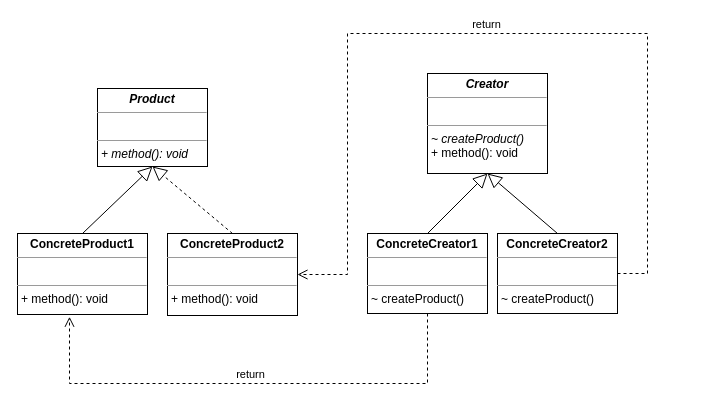
The draw.io diagram src/main/java/GoF/creational/factorymethod/imgs/FactoryMethod.drawio in NinaWan/DesignPattern, before the edit. Source tidied: cells renumbered, new cells numbered last; positions are measured from the earlier drawing's top-left corner, leaving out a move shared by most shapes. Both pictures are drawn from the tidied source at 100%, with x=0, y=0 at pixel (17, 33).
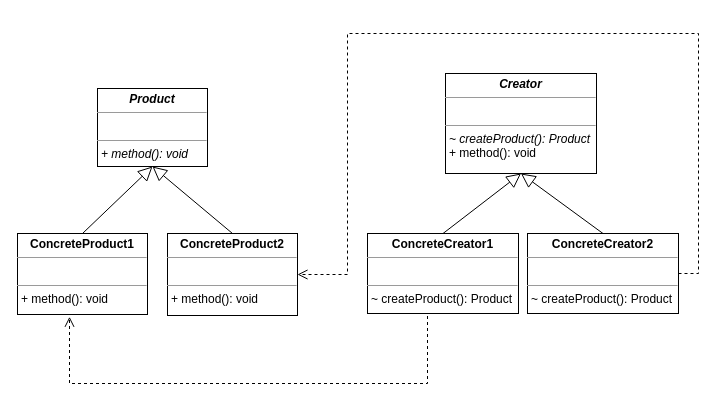
The same page after the edit.

What changed in the source:
```diff
@@
 <mxGraphModel>
   <root>
     <mxCell id="0" />
     <mxCell id="1" parent="0" />
     <mxCell id="2" value="&lt;p style=&quot;margin:0px;margin-top:4px;text-align:center;&quot;&gt;&lt;b&gt;&lt;i&gt;Product&lt;/i&gt;&lt;/b&gt;&lt;/p&gt;&lt;hr size=&quot;1&quot;&gt;&lt;p style=&quot;margin:0px;margin-left:4px;&quot;&gt;&lt;i&gt;&lt;br&gt;&lt;/i&gt;&lt;/p&gt;&lt;hr size=&quot;1&quot;&gt;&lt;p style=&quot;margin:0px;margin-left:4px;&quot;&gt;&lt;i&gt;+ method(): void&lt;/i&gt;&lt;/p&gt;" style="verticalAlign=top;align=left;overflow=fill;fontSize=12;fontFamily=Helvetica;html=1;" parent="1" vertex="1">
       <mxGeometry x="80" y="55" width="110" height="78" as="geometry" />
     </mxCell>
     <mxCell id="3" value="&lt;p style=&quot;margin:0px;margin-top:4px;text-align:center;&quot;&gt;&lt;b&gt;ConcreteProduct1&lt;/b&gt;&lt;/p&gt;&lt;hr size=&quot;1&quot;&gt;&lt;p style=&quot;margin:0px;margin-left:4px;&quot;&gt;&lt;br&gt;&lt;/p&gt;&lt;hr size=&quot;1&quot;&gt;&lt;p style=&quot;margin:0px;margin-left:4px;&quot;&gt;+ method(): void&lt;/p&gt;" style="verticalAlign=top;align=left;overflow=fill;fontSize=12;fontFamily=Helvetica;html=1;" parent="1" vertex="1">
       <mxGeometry y="200" width="130" height="81" as="geometry" />
     </mxCell>
     <mxCell id="4" value="&lt;p style=&quot;margin:0px;margin-top:4px;text-align:center;&quot;&gt;&lt;b&gt;ConcreteProduct2&lt;/b&gt;&lt;/p&gt;&lt;hr size=&quot;1&quot;&gt;&lt;p style=&quot;margin:0px;margin-left:4px;&quot;&gt;&lt;br&gt;&lt;/p&gt;&lt;hr size=&quot;1&quot;&gt;&lt;p style=&quot;margin:0px;margin-left:4px;&quot;&gt;+ method(): void&lt;br&gt;&lt;/p&gt;" style="verticalAlign=top;align=left;overflow=fill;fontSize=12;fontFamily=Helvetica;html=1;" parent="1" vertex="1">
       <mxGeometry x="150" y="200" width="130" height="82" as="geometry" />
     </mxCell>
     <mxCell id="5" style="endArrow=block;endFill=0;endSize=12;html=1;rounded=0;exitX=0.5;exitY=0;exitDx=0;exitDy=0;entryX=0.5;entryY=1;entryDx=0;entryDy=0;" parent="1" edge="1" source="3" target="2">
       <mxGeometry relative="1" as="geometry" />
     </mxCell>
-    <mxCell id="6" style="endArrow=block;dashed=1;endFill=0;endSize=12;html=1;rounded=0;exitX=0.5;exitY=0;exitDx=0;exitDy=0;entryX=0.5;entryY=1;entryDx=0;entryDy=0;" parent="1" edge="1" source="4" target="2">
+    <mxCell id="6" style="endArrow=block;endFill=0;endSize=12;html=1;rounded=0;exitX=0.5;exitY=0;exitDx=0;exitDy=0;entryX=0.5;entryY=1;entryDx=0;entryDy=0;" parent="1" edge="1" source="4" target="2">
       <mxGeometry relative="1" as="geometry" />
     </mxCell>
-    <mxCell id="7" value="&lt;p style=&quot;margin:0px;margin-top:4px;text-align:center;&quot;&gt;&lt;b&gt;&lt;i&gt;Creator&lt;/i&gt;&lt;/b&gt;&lt;/p&gt;&lt;hr size=&quot;1&quot;&gt;&lt;p style=&quot;margin:0px;margin-left:4px;&quot;&gt;&lt;br&gt;&lt;/p&gt;&lt;hr size=&quot;1&quot;&gt;&lt;p style=&quot;margin:0px;margin-left:4px;&quot;&gt;&lt;i&gt;~ createProduct()&lt;/i&gt;&lt;/p&gt;&lt;p style=&quot;margin:0px;margin-left:4px;&quot;&gt;+ method(): void&lt;/p&gt;" style="verticalAlign=top;align=left;overflow=fill;fontSize=12;fontFamily=Helvetica;html=1;" parent="1" vertex="1">
-      <mxGeometry x="410" y="40" width="120" height="100" as="geometry" />
+    <mxCell id="7" value="&lt;p style=&quot;margin:0px;margin-top:4px;text-align:center;&quot;&gt;&lt;b&gt;&lt;i&gt;Creator&lt;/i&gt;&lt;/b&gt;&lt;/p&gt;&lt;hr size=&quot;1&quot;&gt;&lt;p style=&quot;margin:0px;margin-left:4px;&quot;&gt;&lt;br&gt;&lt;/p&gt;&lt;hr size=&quot;1&quot;&gt;&lt;p style=&quot;margin:0px;margin-left:4px;&quot;&gt;&lt;i&gt;~ createProduct(): Product&lt;/i&gt;&lt;/p&gt;&lt;p style=&quot;margin:0px;margin-left:4px;&quot;&gt;+ method(): void&lt;/p&gt;" style="verticalAlign=top;align=left;overflow=fill;fontSize=12;fontFamily=Helvetica;html=1;" parent="1" vertex="1">
+      <mxGeometry x="428" y="40" width="151" height="100" as="geometry" />
     </mxCell>
-    <mxCell id="8" value="&lt;p style=&quot;margin:0px;margin-top:4px;text-align:center;&quot;&gt;&lt;b&gt;ConcreteCreator1&lt;/b&gt;&lt;/p&gt;&lt;hr size=&quot;1&quot;&gt;&lt;p style=&quot;margin:0px;margin-left:4px;&quot;&gt;&lt;br&gt;&lt;/p&gt;&lt;hr size=&quot;1&quot;&gt;&lt;p style=&quot;margin:0px;margin-left:4px;&quot;&gt;~ createProduct()&lt;/p&gt;" style="verticalAlign=top;align=left;overflow=fill;fontSize=12;fontFamily=Helvetica;html=1;" parent="1" vertex="1">
-      <mxGeometry x="350" y="200" width="120" height="80" as="geometry" />
+    <mxCell id="8" value="&lt;p style=&quot;margin:0px;margin-top:4px;text-align:center;&quot;&gt;&lt;b&gt;ConcreteCreator1&lt;/b&gt;&lt;/p&gt;&lt;hr size=&quot;1&quot;&gt;&lt;p style=&quot;margin:0px;margin-left:4px;&quot;&gt;&lt;br&gt;&lt;/p&gt;&lt;hr size=&quot;1&quot;&gt;&lt;p style=&quot;margin:0px;margin-left:4px;&quot;&gt;~ createProduct(): Product&lt;/p&gt;" style="verticalAlign=top;align=left;overflow=fill;fontSize=12;fontFamily=Helvetica;html=1;" parent="1" vertex="1">
+      <mxGeometry x="350" y="200" width="151" height="80" as="geometry" />
     </mxCell>
-    <mxCell id="9" value="&lt;p style=&quot;margin:0px;margin-top:4px;text-align:center;&quot;&gt;&lt;b&gt;ConcreteCreator2&lt;/b&gt;&lt;/p&gt;&lt;hr size=&quot;1&quot;&gt;&lt;p style=&quot;margin:0px;margin-left:4px;&quot;&gt;&lt;br&gt;&lt;/p&gt;&lt;hr size=&quot;1&quot;&gt;&lt;p style=&quot;margin:0px;margin-left:4px;&quot;&gt;~ createProduct()&lt;/p&gt;" style="verticalAlign=top;align=left;overflow=fill;fontSize=12;fontFamily=Helvetica;html=1;" parent="1" vertex="1">
-      <mxGeometry x="480" y="200" width="120" height="80" as="geometry" />
+    <mxCell id="9" value="&lt;p style=&quot;margin:0px;margin-top:4px;text-align:center;&quot;&gt;&lt;b&gt;ConcreteCreator2&lt;/b&gt;&lt;/p&gt;&lt;hr size=&quot;1&quot;&gt;&lt;p style=&quot;margin:0px;margin-left:4px;&quot;&gt;&lt;br&gt;&lt;/p&gt;&lt;hr size=&quot;1&quot;&gt;&lt;p style=&quot;margin:0px;margin-left:4px;&quot;&gt;~ createProduct(): Product&lt;/p&gt;" style="verticalAlign=top;align=left;overflow=fill;fontSize=12;fontFamily=Helvetica;html=1;" parent="1" vertex="1">
+      <mxGeometry x="510" y="200" width="151" height="80" as="geometry" />
     </mxCell>
     <mxCell id="10" style="endArrow=block;endFill=0;endSize=12;html=1;rounded=0;exitX=0.5;exitY=0;exitDx=0;exitDy=0;entryX=0.5;entryY=1;entryDx=0;entryDy=0;" parent="1" edge="1" source="8" target="7">
       <mxGeometry relative="1" as="geometry" />
     </mxCell>
     <mxCell id="11" style="endArrow=block;endFill=0;endSize=12;html=1;rounded=0;exitX=0.5;exitY=0;exitDx=0;exitDy=0;entryX=0.5;entryY=1;entryDx=0;entryDy=0;" parent="1" edge="1" source="9" target="7">
       <mxGeometry relative="1" as="geometry" />
     </mxCell>
-    <mxCell id="12" value="return" style="html=1;verticalAlign=bottom;endArrow=open;dashed=1;endSize=8;rounded=0;exitX=0.5;exitY=1;exitDx=0;exitDy=0;entryX=0.4;entryY=1.028;entryDx=0;entryDy=0;entryPerimeter=0;edgeStyle=orthogonalEdgeStyle;" parent="1" edge="1" source="8" target="3">
+    <mxCell id="12" style="html=1;verticalAlign=bottom;endArrow=open;dashed=1;endSize=8;rounded=0;exitX=0.5;exitY=1;exitDx=0;exitDy=0;entryX=0.4;entryY=1.028;entryDx=0;entryDy=0;entryPerimeter=0;edgeStyle=orthogonalEdgeStyle;" parent="1" edge="1" source="8" target="3">
       <mxGeometry relative="1" as="geometry">
         <Array as="points">
           <mxPoint x="410" y="350" />
           <mxPoint x="52" y="350" />
         </Array>
       </mxGeometry>
     </mxCell>
-    <mxCell id="13" value="return" style="html=1;verticalAlign=bottom;endArrow=open;dashed=1;endSize=8;rounded=0;exitX=1;exitY=0.5;exitDx=0;exitDy=0;entryX=1;entryY=0.5;entryDx=0;entryDy=0;edgeStyle=orthogonalEdgeStyle;" parent="1" edge="1" source="9" target="4">
+    <mxCell id="13" style="html=1;verticalAlign=bottom;endArrow=open;dashed=1;endSize=8;rounded=0;exitX=1;exitY=0.5;exitDx=0;exitDy=0;entryX=1;entryY=0.5;entryDx=0;entryDy=0;edgeStyle=orthogonalEdgeStyle;" parent="1" edge="1" source="9" target="4">
       <mxGeometry relative="1" as="geometry">
         <Array as="points">
-          <mxPoint x="630" y="240" />
-          <mxPoint x="630" />
+          <mxPoint x="681" y="240" />
+          <mxPoint x="681" />
           <mxPoint x="330" />
           <mxPoint x="330" y="241" />
         </Array>
       </mxGeometry>
     </mxCell>
   </root>
 </mxGraphModel>
```
